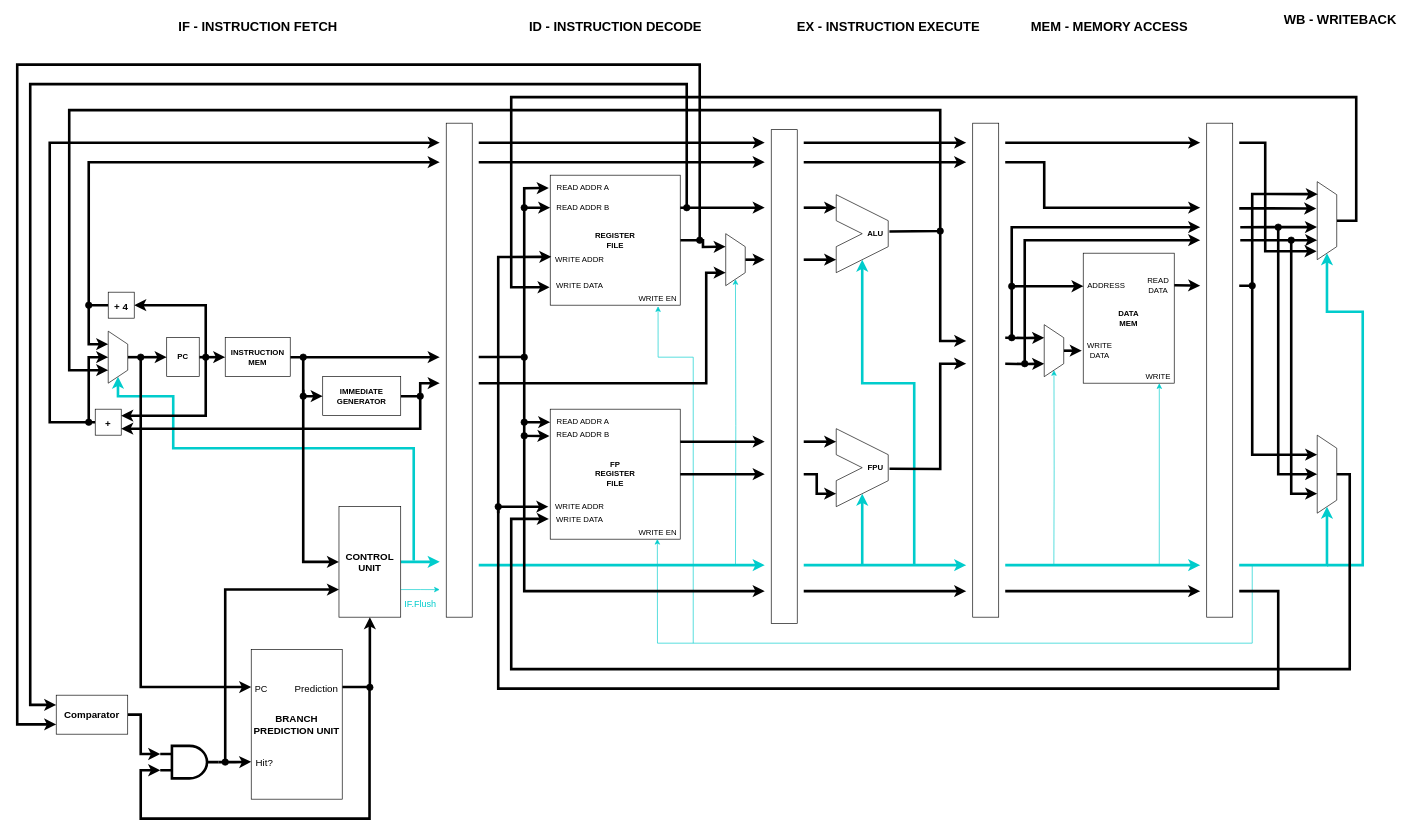
Above: page "Overview" (1 of 5) of Diagrams/RV64IF_official.drawio in hohaicongthuan/RV64IF (draw.io), before the change. Source tidied: cells renumbered, new cells numbered last; positions are measured from the earlier drawing's top-left corner, leaving out a move shared by most shapes. Both pictures are drawn from the tidied source at 65%, with x=0, y=0 at pixel (17, 12).
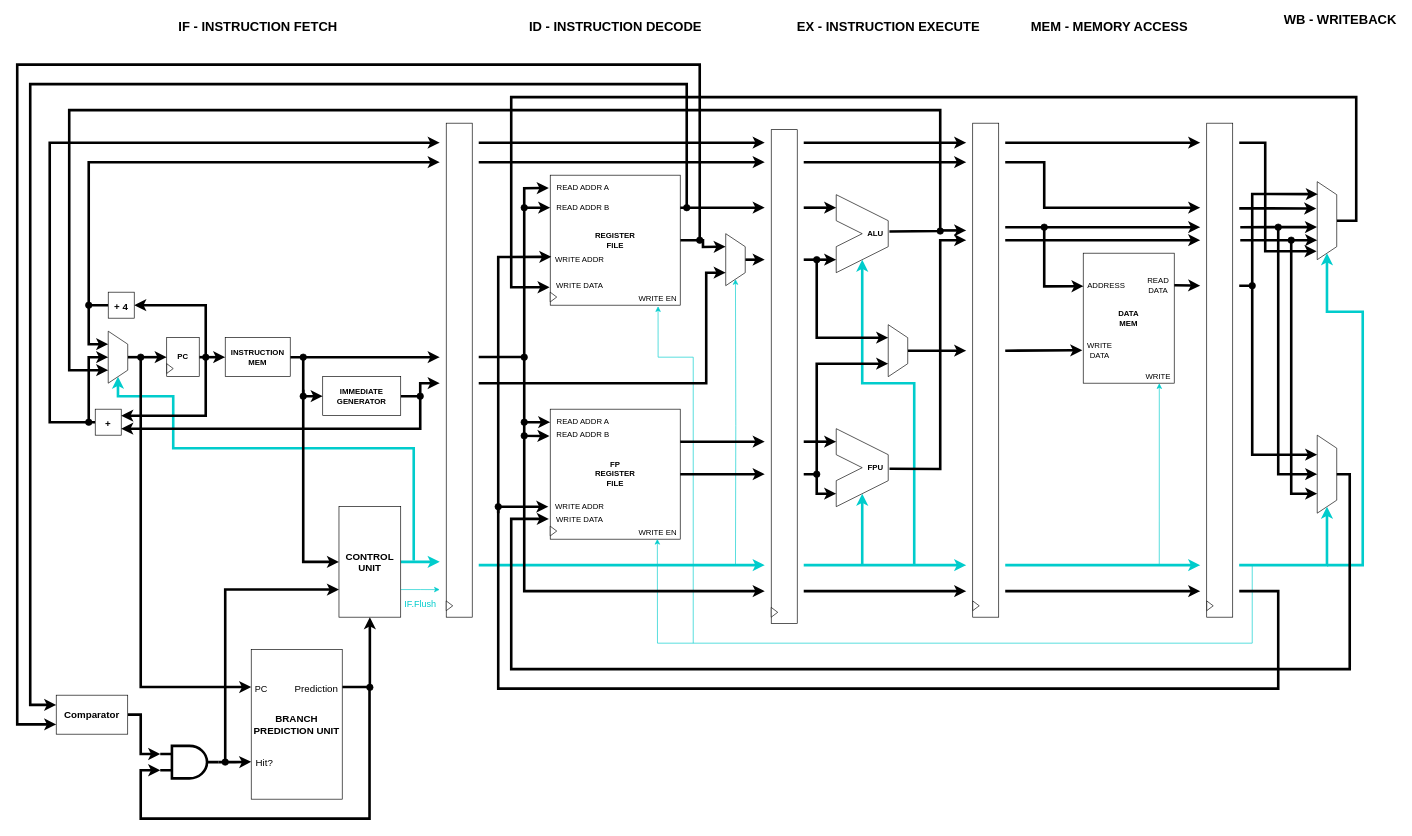
The same diagram, later.

Unchanged cells that the change refers to:
```xml
<mxCell id="26" value="ADDRESS" style="text;html=1;align=center;verticalAlign=middle;points=[];strokeColor=none;fillColor=none;" parent="1" vertex="1">
  <mxGeometry x="1640" y="410" width="70" height="20" as="geometry" />
</mxCell>
<mxCell id="27" value="WRITE&lt;br&gt;DATA" style="text;html=1;align=center;verticalAlign=middle;points=[];strokeColor=none;fillColor=none;" parent="1" vertex="1">
  <mxGeometry x="1640" y="505" width="50" height="30" as="geometry" />
</mxCell>
<mxCell id="37" value="&lt;b&gt;FPU&lt;/b&gt;" style="text;html=1;align=center;verticalAlign=middle;points=[];strokeColor=none;fillColor=none;" parent="1" vertex="1">
  <mxGeometry x="1300" y="690" width="40" height="20" as="geometry" />
</mxCell>
```

Change to the diagram source:
```diff
@@
-    <mxCell id="56" style="edgeStyle=orthogonalEdgeStyle;rounded=0;jettySize=auto;html=1;exitX=0.25;exitY=1;exitDx=0;exitDy=0;fontSize=15;strokeWidth=4;entryX=0.25;entryY=1;entryDx=0;entryDy=0;" parent="1" edge="1" target="60">
-      <mxGeometry relative="1" as="geometry">
-        <mxPoint x="1520" y="500.1" as="sourcePoint" />
-      </mxGeometry>
-    </mxCell>
-    <mxCell id="57" style="edgeStyle=orthogonalEdgeStyle;rounded=0;jettySize=auto;html=1;exitX=0.75;exitY=1;exitDx=0;exitDy=0;fontSize=15;strokeWidth=4;entryX=0.75;entryY=1;entryDx=0;entryDy=0;" parent="1" edge="1" target="60">
-      <mxGeometry relative="1" as="geometry">
-        <mxPoint x="1520" y="540.1" as="sourcePoint" />
-      </mxGeometry>
-    </mxCell>
-    <mxCell id="58" style="edgeStyle=orthogonalEdgeStyle;rounded=0;jettySize=auto;html=1;exitX=0.5;exitY=0;exitDx=0;exitDy=0;fontSize=15;strokeWidth=4;entryX=-0.044;entryY=0.5;entryDx=0;entryDy=0;entryPerimeter=0;" parent="1" edge="1" source="60" target="27">
-      <mxGeometry relative="1" as="geometry" />
-    </mxCell>
-    <mxCell id="59" style="edgeStyle=orthogonalEdgeStyle;rounded=0;jettySize=auto;html=1;exitX=1;exitY=0.5;exitDx=0;exitDy=0;fontSize=15;strokeColor=#00CCCC;strokeWidth=1;entryX=1;entryY=0.5;entryDx=0;entryDy=0;" parent="1" edge="1" target="60">
-      <mxGeometry relative="1" as="geometry">
-        <mxPoint x="1594.8" y="850" as="sourcePoint" />
-      </mxGeometry>
-    </mxCell>
+    <mxCell id="155" style="edgeStyle=orthogonalEdgeStyle;rounded=0;jettySize=auto;html=1;exitX=0.5;exitY=0;exitDx=0;exitDy=0;strokeWidth=4;" parent="1" edge="1" source="60">
+      <mxGeometry relative="1" as="geometry">
+        <mxPoint x="1460" y="520" as="targetPoint" />
+      </mxGeometry>
+    </mxCell>
     <mxCell id="60" style="shape=trapezoid;perimeter=trapezoidPerimeter;whiteSpace=wrap;html=1;fixedSize=1;direction=south;" parent="1" vertex="1">
-      <mxGeometry x="1580" y="480" width="30" height="80" as="geometry" />
+      <mxGeometry x="1340" y="480" width="30" height="80" as="geometry" />
     </mxCell>
@@
     <mxCell id="76" style="endArrow=classic;html=1;rounded=0;fontSize=15;strokeWidth=4;" parent="1" edge="1">
       <mxGeometry relative="1" as="geometry">
         <mxPoint x="1420" y="335" as="sourcePoint" />
-        <mxPoint x="1460" y="505" as="targetPoint" />
-        <Array as="points">
-          <mxPoint x="1420" y="505" />
-        </Array>
+        <mxPoint x="1460" y="335" as="targetPoint" />
       </mxGeometry>
     </mxCell>
     <mxCell id="77" style="endArrow=classic;html=1;rounded=0;fontSize=15;strokeWidth=4;" parent="1" edge="1">
       <mxGeometry relative="1" as="geometry">
-        <mxPoint x="1530" y="500" as="sourcePoint" />
+        <mxPoint x="1520" y="330" as="sourcePoint" />
         <mxPoint x="1820" y="330" as="targetPoint" />
-        <Array as="points">
-          <mxPoint x="1530" y="330" />
-        </Array>
       </mxGeometry>
     </mxCell>
@@
     <mxCell id="79" style="endArrow=classic;html=1;rounded=0;fontSize=15;strokeWidth=4;" parent="1" edge="1">
       <mxGeometry relative="1" as="geometry">
-        <mxPoint x="1550" y="540" as="sourcePoint" />
+        <mxPoint x="1520" y="350" as="sourcePoint" />
         <mxPoint x="1820" y="350" as="targetPoint" />
-        <Array as="points">
-          <mxPoint x="1550" y="350" />
-        </Array>
       </mxGeometry>
     </mxCell>
@@
     <mxCell id="110" style="endArrow=classic;html=1;rounded=0;fontSize=15;strokeWidth=4;exitX=1.05;exitY=0.58;exitDx=0;exitDy=0;exitPerimeter=0;" parent="1" edge="1" source="37">
       <mxGeometry relative="1" as="geometry">
-        <mxPoint x="1460" y="540" as="targetPoint" />
+        <mxPoint x="1460" y="350" as="targetPoint" />
         <Array as="points">
           <mxPoint x="1420" y="702" />
-          <mxPoint x="1420" y="540" />
+          <mxPoint x="1420" y="350" />
         </Array>
       </mxGeometry>
     </mxCell>
@@
     <mxCell id="130" style="endArrow=classic;html=1;rounded=0;strokeWidth=4;entryX=0.006;entryY=0.54;entryDx=0;entryDy=0;entryPerimeter=0;" parent="1" edge="1" target="26">
       <mxGeometry relative="1" as="geometry">
-        <mxPoint x="1530" y="421" as="sourcePoint" />
+        <mxPoint x="1580" y="327" as="sourcePoint" />
+        <Array as="points">
+          <mxPoint x="1580" y="421" />
+        </Array>
       </mxGeometry>
     </mxCell>
@@
-    <mxCell id="148" style="ellipse;whiteSpace=wrap;html=1;fillColor=#000000;" parent="1" vertex="1">
-      <mxGeometry x="1525" y="416" width="10" height="10" as="geometry" />
-    </mxCell>
-    <mxCell id="149" style="ellipse;whiteSpace=wrap;html=1;fillColor=#000000;" parent="1" vertex="1">
-      <mxGeometry x="1525" y="495" width="10" height="10" as="geometry" />
-    </mxCell>
-    <mxCell id="150" style="ellipse;whiteSpace=wrap;html=1;fillColor=#000000;" parent="1" vertex="1">
-      <mxGeometry x="1545" y="535" width="10" height="10" as="geometry" />
-    </mxCell>
@@
+    <mxCell id="156" style="endArrow=classic;html=1;rounded=0;strokeWidth=4;entryX=-0.028;entryY=0.48;entryDx=0;entryDy=0;entryPerimeter=0;" parent="1" edge="1" target="27">
+      <mxGeometry relative="1" as="geometry">
+        <mxPoint x="1520" y="520" as="sourcePoint" />
+      </mxGeometry>
+    </mxCell>
+    <mxCell id="157" style="edgeStyle=orthogonalEdgeStyle;rounded=0;jettySize=auto;html=1;exitX=0.25;exitY=1;exitDx=0;exitDy=0;strokeWidth=4;entryX=0.25;entryY=1;entryDx=0;entryDy=0;" parent="1" edge="1" target="60">
+      <mxGeometry relative="1" as="geometry">
+        <mxPoint x="1230" y="380" as="sourcePoint" />
+        <Array as="points">
+          <mxPoint x="1230" y="500" />
+        </Array>
+      </mxGeometry>
+    </mxCell>
+    <mxCell id="158" style="edgeStyle=orthogonalEdgeStyle;rounded=0;jettySize=auto;html=1;exitX=0.75;exitY=1;exitDx=0;exitDy=0;strokeWidth=4;entryX=0.75;entryY=1;entryDx=0;entryDy=0;" parent="1" edge="1" target="60">
+      <mxGeometry relative="1" as="geometry">
+        <mxPoint x="1230" y="710" as="sourcePoint" />
+        <Array as="points">
+          <mxPoint x="1230" y="540" />
+        </Array>
+      </mxGeometry>
+    </mxCell>
+    <mxCell id="159" style="ellipse;whiteSpace=wrap;html=1;fillColor=#000000;" parent="1" vertex="1">
+      <mxGeometry x="1225" y="375" width="10" height="10" as="geometry" />
+    </mxCell>
+    <mxCell id="160" style="ellipse;whiteSpace=wrap;html=1;fillColor=#000000;" parent="1" vertex="1">
+      <mxGeometry x="1225" y="705" width="10" height="10" as="geometry" />
+    </mxCell>
+    <mxCell id="161" style="ellipse;whiteSpace=wrap;html=1;fillColor=#000000;" parent="1" vertex="1">
+      <mxGeometry x="1575" y="325" width="10" height="10" as="geometry" />
+    </mxCell>
+    <mxCell id="162" style="triangle;whiteSpace=wrap;html=1;" parent="1" vertex="1">
+      <mxGeometry x="230" y="540" width="10" height="15" as="geometry" />
+    </mxCell>
+    <mxCell id="163" style="triangle;whiteSpace=wrap;html=1;" parent="1" vertex="1">
+      <mxGeometry x="820" y="430" width="10" height="15" as="geometry" />
+    </mxCell>
+    <mxCell id="164" style="triangle;whiteSpace=wrap;html=1;" parent="1" vertex="1">
+      <mxGeometry x="820" y="790" width="10" height="15" as="geometry" />
+    </mxCell>
+    <mxCell id="165" style="triangle;whiteSpace=wrap;html=1;" parent="1" vertex="1">
+      <mxGeometry x="660" y="905" width="10" height="15" as="geometry" />
+    </mxCell>
+    <mxCell id="166" style="triangle;whiteSpace=wrap;html=1;" parent="1" vertex="1">
+      <mxGeometry x="1160" y="915" width="10" height="15" as="geometry" />
+    </mxCell>
+    <mxCell id="167" style="triangle;whiteSpace=wrap;html=1;" parent="1" vertex="1">
+      <mxGeometry x="1470" y="905" width="10" height="15" as="geometry" />
+    </mxCell>
+    <mxCell id="168" style="triangle;whiteSpace=wrap;html=1;" parent="1" vertex="1">
+      <mxGeometry x="1830" y="905" width="10" height="15" as="geometry" />
+    </mxCell>
```
